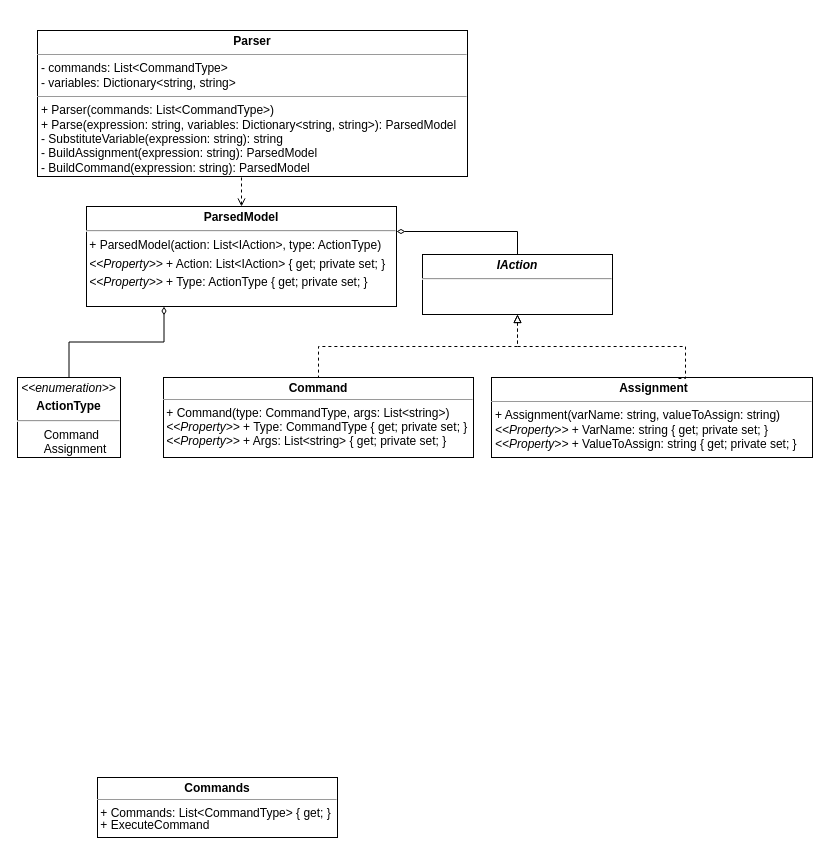
The draw.io diagram page "Parser" (2 of 6) of CLI/CLI_diagrams.drawio in victoriafomina/Software-Design, before the edit. Source tidied: cells renumbered, new cells numbered last; positions are measured from the earlier drawing's top-left corner, leaving out a move shared by most shapes. Both pictures are drawn from the tidied source at 100%, with x=0, y=0 at pixel (17, 30).
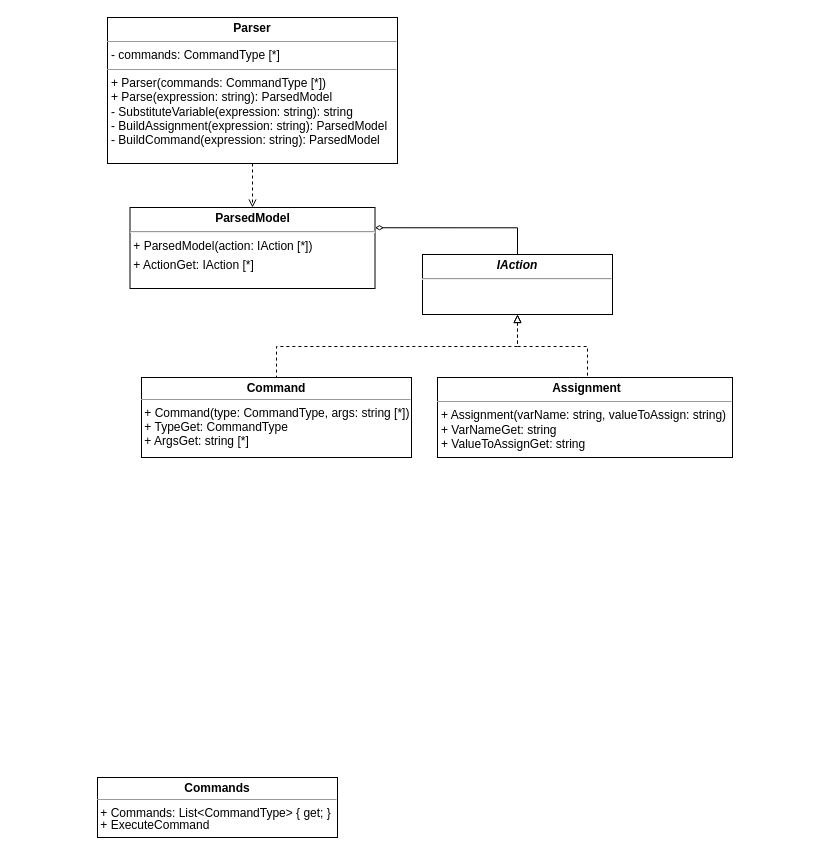
Above is the later version.

The edit, as a diff of the source:
```diff
@@
 <mxGraphModel>
   <root>
     <mxCell id="0" />
     <mxCell id="1" parent="0" />
     <mxCell id="2" style="edgeStyle=orthogonalEdgeStyle;rounded=0;jettySize=auto;html=1;exitX=0.5;exitY=1;exitDx=0;exitDy=0;entryX=0.5;entryY=0;entryDx=0;entryDy=0;dashed=1;startArrow=none;startFill=0;endArrow=open;endFill=0;" parent="1" edge="1" source="3" target="5">
       <mxGeometry relative="1" as="geometry" />
     </mxCell>
-    <mxCell id="3" value="&lt;p style=&quot;margin: 0px ; margin-top: 4px ; text-align: center&quot;&gt;&lt;b&gt;Parser&lt;/b&gt;&lt;/p&gt;&lt;hr size=&quot;1&quot;&gt;&lt;p style=&quot;margin: 0px ; margin-left: 4px&quot;&gt;- commands: List&amp;lt;CommandType&amp;gt;&lt;/p&gt;&lt;p style=&quot;margin: 0px ; margin-left: 4px&quot;&gt;- variables: Dictionary&amp;lt;string, string&amp;gt;&lt;/p&gt;&lt;hr size=&quot;1&quot;&gt;&lt;p style=&quot;margin: 0px ; margin-left: 4px&quot;&gt;+ Parser(commands: List&amp;lt;CommandType&amp;gt;)&lt;/p&gt;&lt;p style=&quot;margin: 0px ; margin-left: 4px&quot;&gt;+ Parse(expression: string, variables: Dictionary&amp;lt;string, string&amp;gt;): ParsedModel&lt;/p&gt;&lt;p style=&quot;margin: 0px ; margin-left: 4px&quot;&gt;- SubstituteVariable(expression: string): string&lt;/p&gt;&lt;p style=&quot;margin: 0px ; margin-left: 4px&quot;&gt;- BuildAssignment(expression: string): ParsedModel&lt;/p&gt;&lt;p style=&quot;margin: 0px ; margin-left: 4px&quot;&gt;- BuildCommand(expression: string): ParsedModel&lt;/p&gt;" style="verticalAlign=top;align=left;overflow=fill;fontSize=12;fontFamily=Helvetica;html=1;" parent="1" vertex="1">
-      <mxGeometry x="20" width="430" height="146" as="geometry" />
+    <mxCell id="3" value="&lt;p style=&quot;margin: 0px ; margin-top: 4px ; text-align: center&quot;&gt;&lt;b&gt;Parser&lt;/b&gt;&lt;/p&gt;&lt;hr size=&quot;1&quot;&gt;&lt;p style=&quot;margin: 0px ; margin-left: 4px&quot;&gt;- commands: CommandType [*]&lt;br&gt;&lt;/p&gt;&lt;hr size=&quot;1&quot;&gt;&lt;p style=&quot;margin: 0px ; margin-left: 4px&quot;&gt;+ Parser(commands: CommandType [*])&lt;/p&gt;&lt;p style=&quot;margin: 0px ; margin-left: 4px&quot;&gt;+ Parse(expression: string): ParsedModel&lt;/p&gt;&lt;p style=&quot;margin: 0px ; margin-left: 4px&quot;&gt;- SubstituteVariable(expression: string): string&lt;/p&gt;&lt;p style=&quot;margin: 0px ; margin-left: 4px&quot;&gt;- BuildAssignment(expression: string): ParsedModel&lt;/p&gt;&lt;p style=&quot;margin: 0px ; margin-left: 4px&quot;&gt;- BuildCommand(expression: string): ParsedModel&lt;/p&gt;" style="verticalAlign=top;align=left;overflow=fill;fontSize=12;fontFamily=Helvetica;html=1;" parent="1" vertex="1">
+      <mxGeometry x="90" y="-13" width="290" height="146" as="geometry" />
     </mxCell>
-    <mxCell id="4" style="edgeStyle=orthogonalEdgeStyle;rounded=0;jettySize=auto;html=1;exitX=0.25;exitY=1;exitDx=0;exitDy=0;entryX=0.5;entryY=0;entryDx=0;entryDy=0;startArrow=diamondThin;startFill=0;endArrow=none;endFill=0;" parent="1" edge="1" source="5" target="9">
-      <mxGeometry relative="1" as="geometry" />
-    </mxCell>
-    <mxCell id="5" value="&lt;p style=&quot;margin: 0px ; margin-top: 4px ; text-align: center&quot;&gt;&lt;b&gt;ParsedModel&lt;/b&gt;&lt;/p&gt;&lt;hr&gt;&lt;p style=&quot;margin: 4px 0px 0px&quot;&gt;&amp;nbsp;+ ParsedModel(action: List&amp;lt;IAction&amp;gt;, type: ActionType)&lt;/p&gt;&lt;p style=&quot;margin: 4px 0px 0px&quot;&gt;&lt;i&gt;&amp;nbsp;&amp;lt;&amp;lt;Property&amp;gt;&amp;gt;&amp;nbsp;&lt;/i&gt;+ Action: List&amp;lt;IAction&amp;gt; { get; private set; }&lt;/p&gt;&lt;p style=&quot;margin: 4px 0px 0px&quot;&gt;&lt;i&gt;&amp;nbsp;&amp;lt;&amp;lt;Property&amp;gt;&amp;gt;&lt;/i&gt; + Type: ActionType { get; private set; }&lt;/p&gt;" style="verticalAlign=top;align=left;overflow=fill;fontSize=12;fontFamily=Helvetica;html=1;" parent="1" vertex="1">
-      <mxGeometry x="69" y="176" width="310" height="100" as="geometry" />
+    <mxCell id="5" value="&lt;p style=&quot;margin: 0px ; margin-top: 4px ; text-align: center&quot;&gt;&lt;b&gt;ParsedModel&lt;/b&gt;&lt;/p&gt;&lt;hr&gt;&lt;p style=&quot;margin: 4px 0px 0px&quot;&gt;&amp;nbsp;+ ParsedModel(action: IAction [*])&lt;/p&gt;&lt;p style=&quot;margin: 4px 0px 0px&quot;&gt;&lt;i&gt;&amp;nbsp;&lt;/i&gt;+ ActionGet: IAction [*]&lt;/p&gt;" style="verticalAlign=top;align=left;overflow=fill;fontSize=12;fontFamily=Helvetica;html=1;" parent="1" vertex="1">
+      <mxGeometry x="112.5" y="177" width="245" height="81" as="geometry" />
     </mxCell>
     <mxCell id="6" style="edgeStyle=orthogonalEdgeStyle;rounded=0;jettySize=auto;html=1;exitX=0.5;exitY=1;exitDx=0;exitDy=0;entryX=0.5;entryY=0;entryDx=0;entryDy=0;dashed=1;startArrow=block;startFill=0;endArrow=none;endFill=0;" parent="1" edge="1" source="8" target="12">
       <mxGeometry relative="1" as="geometry">
         <Array as="points">
           <mxPoint x="500" y="316" />
-          <mxPoint x="301" y="316" />
+          <mxPoint x="259" y="316" />
         </Array>
       </mxGeometry>
     </mxCell>
     <mxCell id="7" style="edgeStyle=orthogonalEdgeStyle;rounded=0;jettySize=auto;html=1;exitX=0.5;exitY=0;exitDx=0;exitDy=0;entryX=1;entryY=0.25;entryDx=0;entryDy=0;startArrow=none;startFill=0;endArrow=diamondThin;endFill=0;" parent="1" edge="1" source="8" target="5">
       <mxGeometry relative="1" as="geometry" />
     </mxCell>
     <mxCell id="8" value="&lt;p style=&quot;margin: 0px ; margin-top: 4px ; text-align: center&quot;&gt;&lt;i&gt;&lt;b&gt;IAction&lt;/b&gt;&lt;/i&gt;&lt;br&gt;&lt;/p&gt;&lt;p style=&quot;margin: 0px ; margin-left: 4px&quot;&gt;&lt;/p&gt;&lt;hr&gt;&lt;p style=&quot;margin: 0px ; margin-left: 4px&quot;&gt;&lt;br&gt;&lt;/p&gt;" style="verticalAlign=top;align=left;overflow=fill;fontSize=12;fontFamily=Helvetica;html=1;" parent="1" vertex="1">
       <mxGeometry x="405" y="224" width="190" height="60" as="geometry" />
     </mxCell>
-    <mxCell id="9" value="&lt;p style=&quot;margin: 0px ; margin-top: 4px ; text-align: center&quot;&gt;&lt;i&gt;&amp;lt;&amp;lt;enumeration&amp;gt;&amp;gt;&lt;/i&gt;&lt;/p&gt;&lt;p style=&quot;margin: 0px ; margin-top: 4px ; text-align: center&quot;&gt;&lt;b&gt;ActionType&lt;/b&gt;&lt;/p&gt;&lt;hr&gt;&lt;span style=&quot;white-space: pre&quot;&gt;&#9;&lt;/span&gt;Command&lt;br&gt;&lt;span style=&quot;white-space: pre&quot;&gt;&#9;&lt;/span&gt;Assignment&lt;br&gt;&lt;p style=&quot;margin: 0px ; margin-top: 4px ; text-align: center&quot;&gt;&lt;/p&gt;" style="verticalAlign=top;align=left;overflow=fill;fontSize=12;fontFamily=Helvetica;html=1;" parent="1" vertex="1">
-      <mxGeometry y="347" width="103" height="80" as="geometry" />
-    </mxCell>
-    <mxCell id="10" value="&lt;p style=&quot;margin: 0px ; margin-top: 4px ; text-align: center&quot;&gt;&lt;/p&gt;&lt;p style=&quot;text-align: center ; margin: 0px 0px 0px 4px&quot;&gt;&lt;b&gt;Assignment&lt;/b&gt;&lt;/p&gt;&lt;hr size=&quot;1&quot;&gt;&lt;p style=&quot;margin: 0px ; margin-left: 4px&quot;&gt;+ Assignment(varName: string, valueToAssign: string)&lt;/p&gt;&lt;p style=&quot;margin: 0px ; margin-left: 4px&quot;&gt;&lt;i&gt;&amp;lt;&amp;lt;Property&amp;gt;&amp;gt;&lt;/i&gt; + VarName: string { get; private set; }&lt;/p&gt;&lt;p style=&quot;margin: 0px ; margin-left: 4px&quot;&gt;&lt;i&gt;&amp;lt;&amp;lt;Property&amp;gt;&amp;gt;&lt;/i&gt; + ValueToAssign: string { get; private set; }&lt;/p&gt;" style="verticalAlign=top;align=left;overflow=fill;fontSize=12;fontFamily=Helvetica;html=1;" parent="1" vertex="1">
-      <mxGeometry x="474" y="347" width="321" height="80" as="geometry" />
+    <mxCell id="10" value="&lt;p style=&quot;margin: 0px ; margin-top: 4px ; text-align: center&quot;&gt;&lt;/p&gt;&lt;p style=&quot;text-align: center ; margin: 0px 0px 0px 4px&quot;&gt;&lt;b&gt;Assignment&lt;/b&gt;&lt;/p&gt;&lt;hr size=&quot;1&quot;&gt;&lt;p style=&quot;margin: 0px ; margin-left: 4px&quot;&gt;+ Assignment(varName: string, valueToAssign: string)&lt;/p&gt;&lt;p style=&quot;margin: 0px ; margin-left: 4px&quot;&gt;+ VarNameGet: string&lt;/p&gt;&lt;p style=&quot;margin: 0px ; margin-left: 4px&quot;&gt;&lt;span&gt;+ ValueToAssignGet: string&lt;/span&gt;&lt;/p&gt;" style="verticalAlign=top;align=left;overflow=fill;fontSize=12;fontFamily=Helvetica;html=1;" parent="1" vertex="1">
+      <mxGeometry x="420" y="347" width="295" height="80" as="geometry" />
     </mxCell>
     <mxCell id="11" value="&lt;p style=&quot;margin: 0px ; margin-top: 4px ; text-align: center&quot;&gt;&lt;/p&gt;&lt;div style=&quot;text-align: center ; height: 2px&quot;&gt;&lt;b&gt;Commands&lt;/b&gt;&lt;/div&gt;&lt;div style=&quot;text-align: center ; height: 2px&quot;&gt;&lt;b&gt;&lt;br&gt;&lt;/b&gt;&lt;/div&gt;&lt;div style=&quot;height: 2px&quot;&gt;&lt;b&gt;&lt;br&gt;&lt;/b&gt;&lt;/div&gt;&lt;div style=&quot;height: 2px&quot;&gt;&lt;b&gt;&lt;br&gt;&lt;/b&gt;&lt;/div&gt;&lt;div style=&quot;height: 2px&quot;&gt;&lt;b&gt;&lt;br&gt;&lt;/b&gt;&lt;/div&gt;&lt;div style=&quot;height: 2px&quot;&gt;&lt;b&gt;&lt;br&gt;&lt;/b&gt;&lt;/div&gt;&lt;hr size=&quot;1&quot;&gt;&lt;div style=&quot;height: 2px&quot;&gt;&amp;nbsp;+ Commands: List&amp;lt;CommandType&amp;gt; { get; }&lt;/div&gt;&lt;div style=&quot;height: 2px&quot;&gt;&lt;span style=&quot;white-space: pre&quot;&gt;&#9;&lt;/span&gt;&lt;span style=&quot;white-space: pre&quot;&gt;&#9;&lt;/span&gt;&lt;span style=&quot;white-space: pre&quot;&gt;&#9;&lt;/span&gt;&lt;span style=&quot;white-space: pre&quot;&gt;&#9;&lt;/span&gt;&lt;span style=&quot;white-space: pre&quot;&gt;&#9;&lt;/span&gt;&lt;span style=&quot;white-space: pre&quot;&gt;&#9;&lt;/span&gt;&lt;span style=&quot;white-space: pre&quot;&gt;&#9;&lt;/span&gt;&lt;span style=&quot;white-space: pre&quot;&gt;&#9;&lt;/span&gt;&lt;span style=&quot;white-space: pre&quot;&gt;&#9;&lt;/span&gt;&lt;span style=&quot;white-space: pre&quot;&gt;&#9;&lt;/span&gt;&lt;span style=&quot;white-space: pre&quot;&gt;&#9;&lt;/span&gt;&lt;br&gt;&lt;/div&gt;&lt;div style=&quot;height: 2px&quot;&gt;&lt;br&gt;&lt;/div&gt;&lt;div style=&quot;height: 2px&quot;&gt;&lt;br&gt;&lt;/div&gt;&lt;div style=&quot;height: 2px&quot;&gt;&lt;br&gt;&lt;/div&gt;&lt;div style=&quot;height: 2px&quot;&gt;&lt;br&gt;&lt;/div&gt;&lt;div style=&quot;height: 2px&quot;&gt;&amp;nbsp;+ ExecuteCommand&lt;/div&gt;" style="verticalAlign=top;align=left;overflow=fill;fontSize=12;fontFamily=Helvetica;html=1;" parent="1" vertex="1">
       <mxGeometry x="80" y="747" width="240" height="60" as="geometry" />
     </mxCell>
-    <mxCell id="12" value="&lt;p style=&quot;margin: 0px ; margin-top: 4px ; text-align: center&quot;&gt;&lt;/p&gt;&lt;div style=&quot;text-align: center ; height: 2px&quot;&gt;&lt;b&gt;Command&lt;/b&gt;&lt;/div&gt;&lt;div style=&quot;height: 2px&quot;&gt;&lt;b&gt;&lt;br&gt;&lt;/b&gt;&lt;/div&gt;&lt;div style=&quot;height: 2px&quot;&gt;&lt;b&gt;&lt;br&gt;&lt;/b&gt;&lt;/div&gt;&lt;div style=&quot;height: 2px&quot;&gt;&lt;b&gt;&lt;br&gt;&lt;/b&gt;&lt;/div&gt;&lt;div style=&quot;height: 2px&quot;&gt;&lt;b&gt;&lt;br&gt;&lt;/b&gt;&lt;/div&gt;&lt;div style=&quot;height: 2px&quot;&gt;&lt;b&gt;&lt;br&gt;&lt;/b&gt;&lt;/div&gt;&lt;hr size=&quot;1&quot;&gt;&lt;div style=&quot;height: 2px&quot;&gt;&amp;nbsp;+ Command(type: CommandType, args: List&amp;lt;string&amp;gt;)&lt;/div&gt;&lt;div style=&quot;height: 2px&quot;&gt;&lt;br&gt;&lt;/div&gt;&lt;div style=&quot;height: 2px&quot;&gt;&lt;br&gt;&lt;/div&gt;&lt;div style=&quot;height: 2px&quot;&gt;&lt;br&gt;&lt;/div&gt;&lt;div style=&quot;height: 2px&quot;&gt;&lt;br&gt;&lt;/div&gt;&lt;div style=&quot;height: 2px&quot;&gt;&lt;br&gt;&lt;/div&gt;&lt;div style=&quot;height: 2px&quot;&gt;&lt;br&gt;&lt;/div&gt;&lt;div style=&quot;height: 2px&quot;&gt;&amp;nbsp;&lt;i&gt;&amp;lt;&amp;lt;Property&amp;gt;&amp;gt;&lt;/i&gt; + Type: CommandType { get; private set; }&lt;/div&gt;&lt;div style=&quot;height: 2px&quot;&gt;&lt;br&gt;&lt;/div&gt;&lt;div style=&quot;height: 2px&quot;&gt;&lt;br&gt;&lt;/div&gt;&lt;div style=&quot;height: 2px&quot;&gt;&lt;br&gt;&lt;/div&gt;&lt;div style=&quot;height: 2px&quot;&gt;&lt;br&gt;&lt;/div&gt;&lt;div style=&quot;height: 2px&quot;&gt;&lt;br&gt;&lt;/div&gt;&lt;div style=&quot;height: 2px&quot;&gt;&lt;br&gt;&lt;/div&gt;&lt;div style=&quot;height: 2px&quot;&gt;&amp;nbsp;&lt;i&gt;&amp;lt;&amp;lt;Property&amp;gt;&amp;gt;&lt;/i&gt; + Args: List&amp;lt;string&amp;gt; { get; private set; }&lt;/div&gt;" style="verticalAlign=top;align=left;overflow=fill;fontSize=12;fontFamily=Helvetica;html=1;" parent="1" vertex="1">
-      <mxGeometry x="146" y="347" width="310" height="80" as="geometry" />
+    <mxCell id="12" value="&lt;p style=&quot;margin: 0px ; margin-top: 4px ; text-align: center&quot;&gt;&lt;/p&gt;&lt;div style=&quot;text-align: center ; height: 2px&quot;&gt;&lt;b&gt;Command&lt;/b&gt;&lt;/div&gt;&lt;div style=&quot;height: 2px&quot;&gt;&lt;b&gt;&lt;br&gt;&lt;/b&gt;&lt;/div&gt;&lt;div style=&quot;height: 2px&quot;&gt;&lt;b&gt;&lt;br&gt;&lt;/b&gt;&lt;/div&gt;&lt;div style=&quot;height: 2px&quot;&gt;&lt;b&gt;&lt;br&gt;&lt;/b&gt;&lt;/div&gt;&lt;div style=&quot;height: 2px&quot;&gt;&lt;b&gt;&lt;br&gt;&lt;/b&gt;&lt;/div&gt;&lt;div style=&quot;height: 2px&quot;&gt;&lt;b&gt;&lt;br&gt;&lt;/b&gt;&lt;/div&gt;&lt;hr size=&quot;1&quot;&gt;&lt;div style=&quot;height: 2px&quot;&gt;&amp;nbsp;+ Command(type: CommandType, args: string [*])&lt;/div&gt;&lt;div style=&quot;height: 2px&quot;&gt;&lt;br&gt;&lt;/div&gt;&lt;div style=&quot;height: 2px&quot;&gt;&lt;br&gt;&lt;/div&gt;&lt;div style=&quot;height: 2px&quot;&gt;&lt;br&gt;&lt;/div&gt;&lt;div style=&quot;height: 2px&quot;&gt;&lt;br&gt;&lt;/div&gt;&lt;div style=&quot;height: 2px&quot;&gt;&lt;br&gt;&lt;/div&gt;&lt;div style=&quot;height: 2px&quot;&gt;&lt;br&gt;&lt;/div&gt;&lt;div style=&quot;height: 2px&quot;&gt;&amp;nbsp;+ TypeGet: CommandType&lt;/div&gt;&lt;div style=&quot;height: 2px&quot;&gt;&lt;br&gt;&lt;/div&gt;&lt;div style=&quot;height: 2px&quot;&gt;&lt;br&gt;&lt;/div&gt;&lt;div style=&quot;height: 2px&quot;&gt;&lt;br&gt;&lt;/div&gt;&lt;div style=&quot;height: 2px&quot;&gt;&lt;br&gt;&lt;/div&gt;&lt;div style=&quot;height: 2px&quot;&gt;&lt;br&gt;&lt;/div&gt;&lt;div style=&quot;height: 2px&quot;&gt;&lt;br&gt;&lt;/div&gt;&lt;div style=&quot;height: 2px&quot;&gt;&amp;nbsp;+ ArgsGet: string [*]&lt;/div&gt;" style="verticalAlign=top;align=left;overflow=fill;fontSize=12;fontFamily=Helvetica;html=1;" parent="1" vertex="1">
+      <mxGeometry x="124" y="347" width="270" height="80" as="geometry" />
     </mxCell>
     <mxCell id="13" style="edgeStyle=orthogonalEdgeStyle;rounded=0;jettySize=auto;html=1;dashed=1;startArrow=block;startFill=0;endArrow=none;endFill=0;exitX=0.5;exitY=1;exitDx=0;exitDy=0;" parent="1" edge="1" source="8">
       <mxGeometry relative="1" as="geometry">
-        <mxPoint x="661" y="348" as="targetPoint" />
+        <mxPoint x="570" y="348" as="targetPoint" />
         <Array as="points">
           <mxPoint x="500" y="316" />
-          <mxPoint x="668" y="316" />
-          <mxPoint x="668" y="348" />
+          <mxPoint x="570" y="316" />
+          <mxPoint x="570" y="348" />
         </Array>
       </mxGeometry>
     </mxCell>
   </root>
 </mxGraphModel>
```
